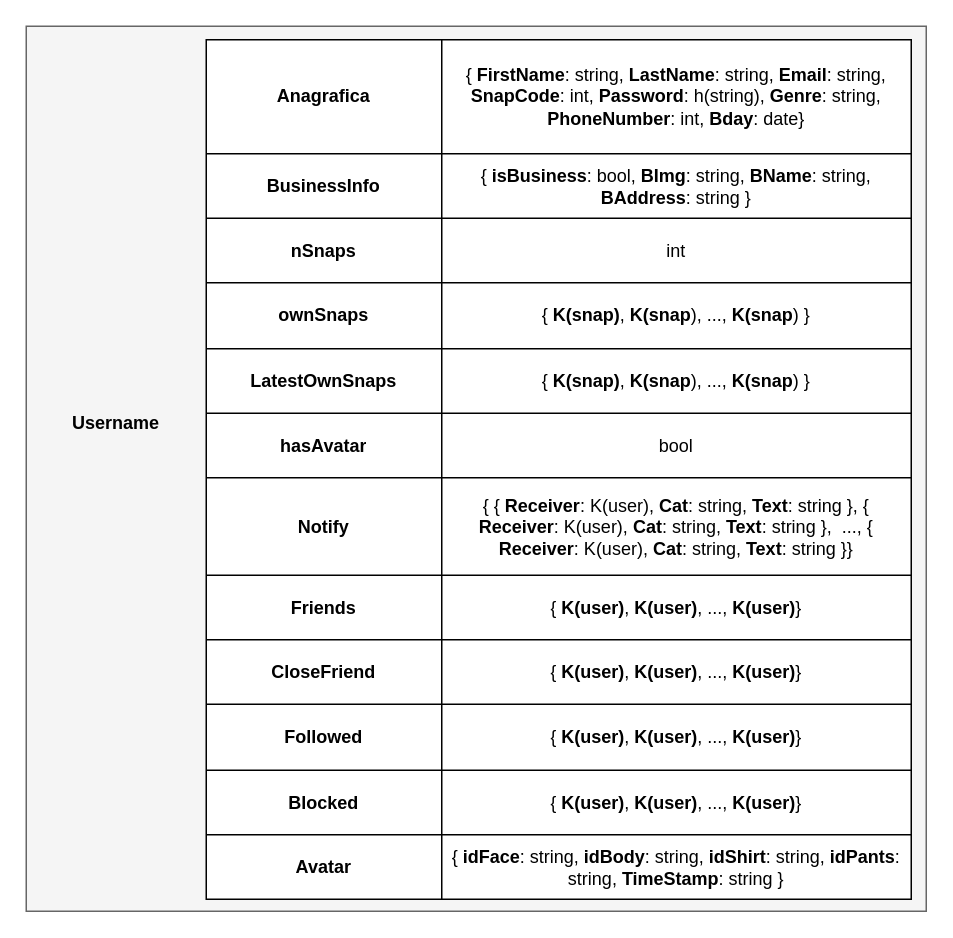
This is NoAM/collection-user.drawio from Antonet99/noSQL-Snapchat, a draw.io file, before an edit. Source tidied: cells renumbered, new cells numbered last; positions are measured from the earlier drawing's top-left corner, leaving out a move shared by most shapes. Both pictures are drawn from the tidied source at 150%, with x=0, y=0 at pixel (26, 26).
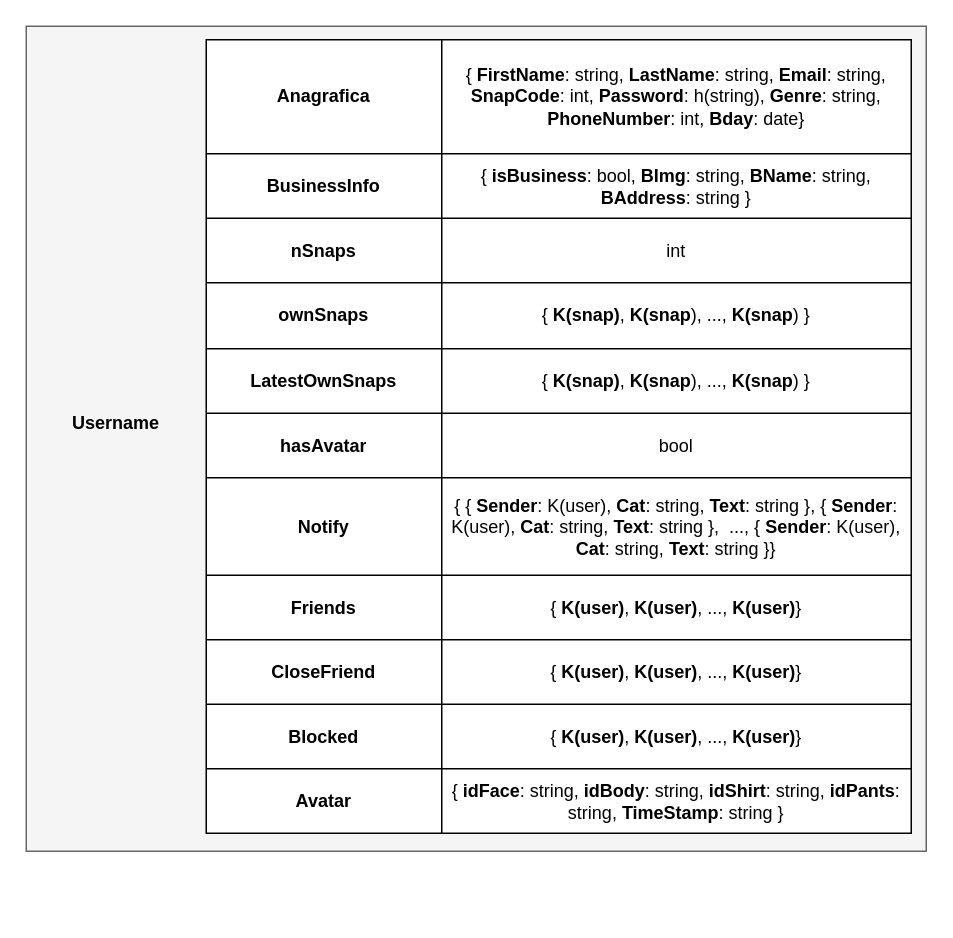
The same diagram, later.

The change refers to these unchanged cells:
```xml
<mxCell id="23" style="shape=tableRow;horizontal=0;startSize=0;swimlaneHead=0;swimlaneBody=0;strokeColor=inherit;top=0;left=0;bottom=0;right=0;fillColor=none;" parent="4" vertex="1">
  <mxGeometry y="292" width="470" height="65" as="geometry" />
</mxCell>
```

Diff of the diagram source:
```diff
@@
     <mxCell id="2" style="rounded=0;whiteSpace=wrap;html=1;fillColor=#f5f5f5;fontColor=#333333;strokeColor=#666666;" parent="1" vertex="1">
-      <mxGeometry width="600" height="590" as="geometry" />
+      <mxGeometry width="600" height="550" as="geometry" />
     </mxCell>
@@
     <mxCell id="4" style="shape=table;startSize=0;childLayout=tableLayout;" parent="1" vertex="1">
-      <mxGeometry x="120" y="9" width="470" height="573" as="geometry" />
+      <mxGeometry x="120" y="9" width="470" height="529" as="geometry" />
     </mxCell>
@@
-    <mxCell id="25" value="{ { &lt;b&gt;Receiver&lt;/b&gt;: K(user), &lt;b&gt;Cat&lt;/b&gt;: string, &lt;b&gt;Text&lt;/b&gt;: string },&amp;nbsp;{ &lt;b&gt;Receiver&lt;/b&gt;: K(user), &lt;b&gt;Cat&lt;/b&gt;: string, &lt;b&gt;Text&lt;/b&gt;: string },&amp;nbsp; ..., { &lt;b&gt;Receiver&lt;/b&gt;: K(user), &lt;b&gt;Cat&lt;/b&gt;: string, &lt;b&gt;Text&lt;/b&gt;: string }}" style="shape=partialRectangle;html=1;whiteSpace=wrap;strokeColor=inherit;overflow=hidden;fillColor=none;top=0;left=0;bottom=0;right=0;" parent="23" vertex="1">
+    <mxCell id="25" value="{ { &lt;b&gt;Sender&lt;/b&gt;: K(user), &lt;b&gt;Cat&lt;/b&gt;: string, &lt;b&gt;Text&lt;/b&gt;: string },&amp;nbsp;{ &lt;b&gt;Sender&lt;/b&gt;: K(user), &lt;b&gt;Cat&lt;/b&gt;: string, &lt;b&gt;Text&lt;/b&gt;: string },&amp;nbsp; ..., { &lt;b&gt;Sender&lt;/b&gt;: K(user), &lt;b&gt;Cat&lt;/b&gt;: string, &lt;b&gt;Text&lt;/b&gt;: string }}" style="shape=partialRectangle;html=1;whiteSpace=wrap;strokeColor=inherit;overflow=hidden;fillColor=none;top=0;left=0;bottom=0;right=0;" parent="23" vertex="1">
       <mxGeometry x="157" width="313" height="65" as="geometry" />
     </mxCell>
@@
-    <mxCell id="32" style="shape=tableRow;horizontal=0;startSize=0;swimlaneHead=0;swimlaneBody=0;strokeColor=inherit;top=0;left=0;bottom=0;right=0;fillColor=none;" parent="4" vertex="1">
-      <mxGeometry y="443" width="470" height="44" as="geometry" />
-    </mxCell>
-    <mxCell id="33" value="&lt;b&gt;Followed&lt;/b&gt;" style="shape=partialRectangle;html=1;whiteSpace=wrap;strokeColor=inherit;overflow=hidden;fillColor=none;top=0;left=0;bottom=0;right=0;" parent="32" vertex="1">
-      <mxGeometry width="157" height="44" as="geometry" />
-    </mxCell>
-    <mxCell id="34" value="{ &lt;b&gt;K(user)&lt;/b&gt;, &lt;b&gt;K(user)&lt;/b&gt;, ..., &lt;b&gt;K(user)&lt;/b&gt;}" style="shape=partialRectangle;html=1;whiteSpace=wrap;strokeColor=inherit;overflow=hidden;fillColor=none;top=0;left=0;bottom=0;right=0;" parent="32" vertex="1">
-      <mxGeometry x="157" width="313" height="44" as="geometry" />
-    </mxCell>
     <mxCell id="35" style="shape=tableRow;horizontal=0;startSize=0;swimlaneHead=0;swimlaneBody=0;strokeColor=inherit;top=0;left=0;bottom=0;right=0;fillColor=none;" parent="4" vertex="1">
-      <mxGeometry y="487" width="470" height="43" as="geometry" />
+      <mxGeometry y="443" width="470" height="43" as="geometry" />
     </mxCell>
@@
     <mxCell id="38" style="shape=tableRow;horizontal=0;startSize=0;swimlaneHead=0;swimlaneBody=0;strokeColor=inherit;top=0;left=0;bottom=0;right=0;fillColor=none;" parent="4" vertex="1">
-      <mxGeometry y="530" width="470" height="43" as="geometry" />
+      <mxGeometry y="486" width="470" height="43" as="geometry" />
     </mxCell>
```
